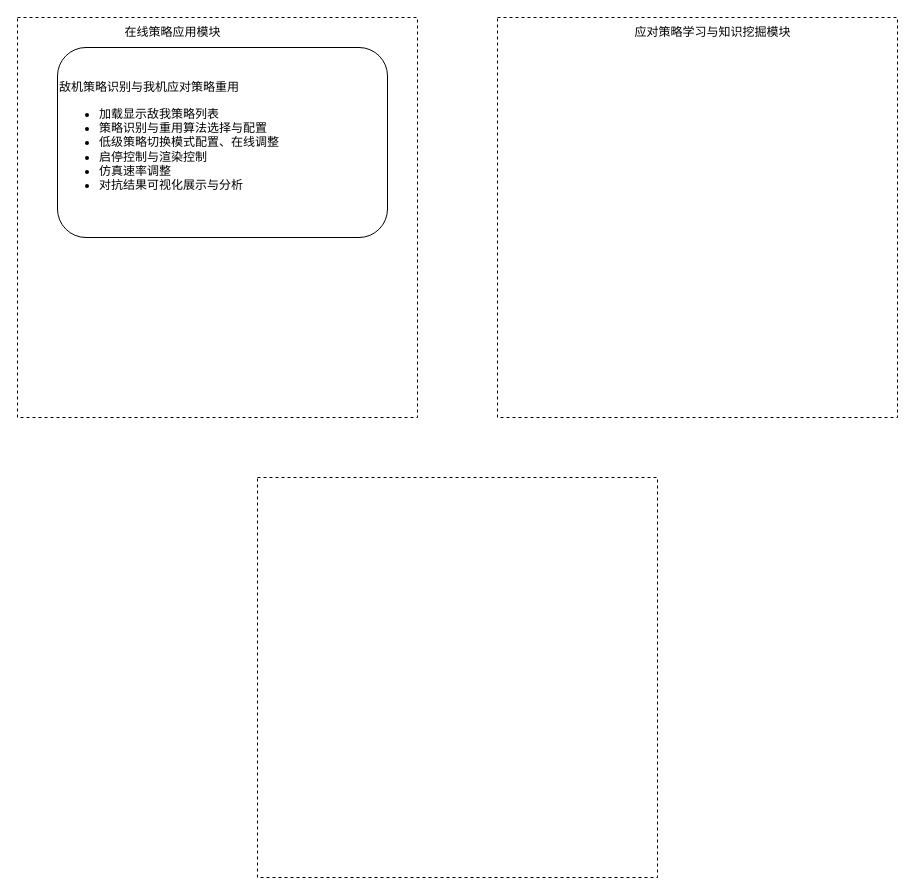
runoob09/drawio keeps this draw.io diagram as 面向空战机动决策的策略生成系统整体框架.drawio. Above is the earlier version. Source tidied: cells renumbered, new cells numbered last; positions are measured from the earlier drawing's top-left corner, leaving out a move shared by most shapes. Both pictures are drawn from the tidied source at 100%, with x=0, y=0 at pixel (17, 17).
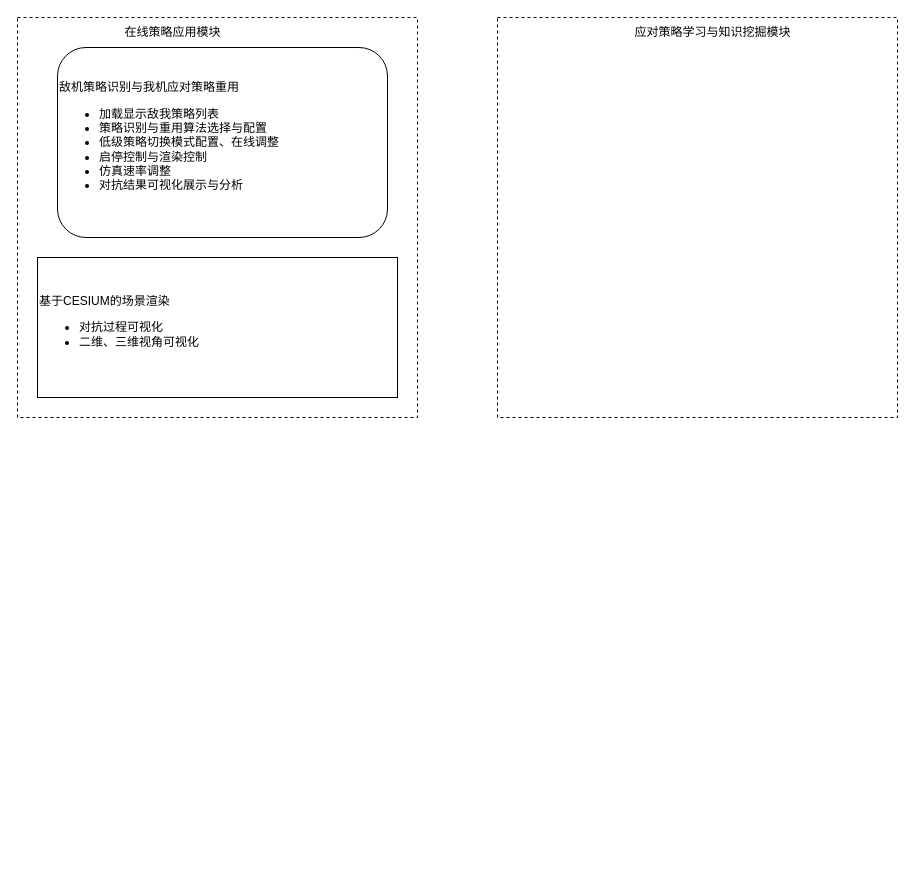
The same page after the edit.

Commit message (it also covers changes not shown here):
更新面向空战机动决策的策略生成系统整体框架.drawio

The edit, as a diff of the source:
```diff
@@
 <mxGraphModel>
   <root>
     <mxCell id="0" />
     <mxCell id="1" parent="0" />
     <mxCell id="2" style="rounded=0;whiteSpace=wrap;html=1;dashed=1;" parent="1" vertex="1">
       <mxGeometry width="400" height="400" as="geometry" />
     </mxCell>
     <mxCell id="3" style="rounded=0;whiteSpace=wrap;html=1;dashed=1;" parent="1" vertex="1">
       <mxGeometry x="480" width="400" height="400" as="geometry" />
     </mxCell>
     <mxCell id="4" value="应对策略学习与知识挖掘模块" style="text;html=1;align=center;verticalAlign=middle;strokeColor=none;fillColor=none;" parent="1" vertex="1">
       <mxGeometry x="605" width="180" height="30" as="geometry" />
     </mxCell>
-    <mxCell id="5" style="rounded=0;whiteSpace=wrap;html=1;dashed=1;" parent="1" vertex="1">
-      <mxGeometry x="240" y="460" width="400" height="400" as="geometry" />
-    </mxCell>
     <mxCell id="6" value="在线策略应用模块" style="text;html=1;align=center;verticalAlign=middle;strokeColor=none;fillColor=none;" parent="1" vertex="1">
       <mxGeometry x="95" width="120" height="30" as="geometry" />
     </mxCell>
     <mxCell id="7" value="敌机策略识别与我机应对策略重用&lt;div&gt;&lt;ul&gt;&lt;li&gt;加载显示敌我策略列表&lt;/li&gt;&lt;li&gt;策略识别与重用算法选择与配置&lt;/li&gt;&lt;li&gt;低级策略切换模式配置、在线调整&lt;/li&gt;&lt;li&gt;启停控制与渲染控制&lt;/li&gt;&lt;li&gt;仿真速率调整&lt;/li&gt;&lt;li&gt;对抗结果可视化展示与分析&lt;/li&gt;&lt;/ul&gt;&lt;/div&gt;" style="rounded=1;whiteSpace=wrap;html=1;align=left;" parent="1" vertex="1">
       <mxGeometry x="40" y="30" width="330" height="190" as="geometry" />
     </mxCell>
+    <mxCell id="8" value="&lt;div&gt;&lt;div&gt;基于CESIUM的场景渲染&lt;/div&gt;&lt;ul&gt;&lt;li&gt;对抗过程可视化&lt;/li&gt;&lt;li&gt;二维、三维视角可视化&lt;/li&gt;&lt;/ul&gt;&lt;/div&gt;" style="rounded=0;whiteSpace=wrap;html=1;align=left;" parent="1" vertex="1">
+      <mxGeometry x="20" y="240" width="360" height="140" as="geometry" />
+    </mxCell>
   </root>
 </mxGraphModel>
```
